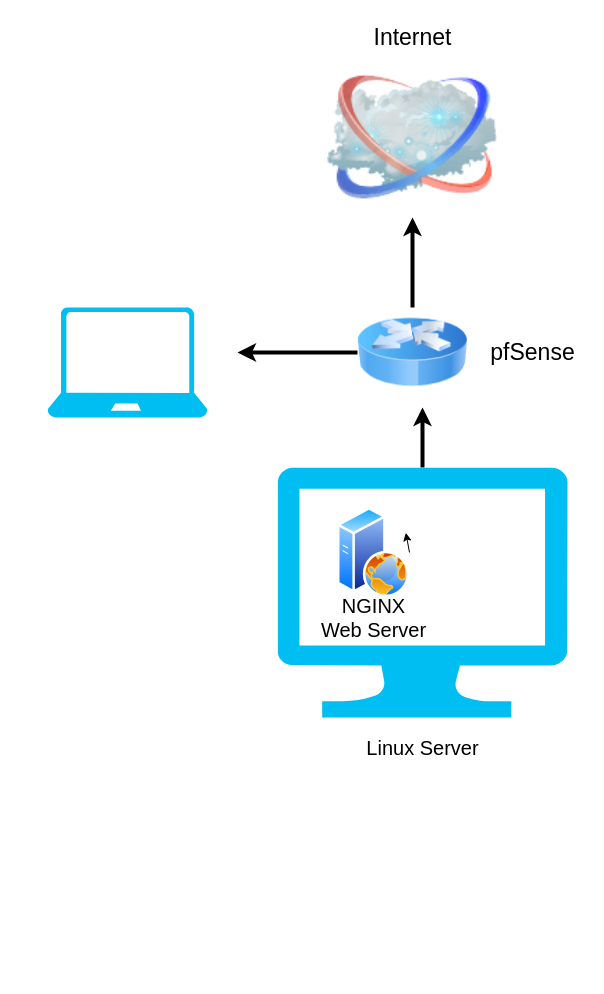
This is Lab7.drawio from jmcano50/Ops-301d14-Code_Challenges, a draw.io file, before an edit. Source tidied: cells renumbered, new cells numbered last; positions are measured from the earlier drawing's top-left corner, leaving out a move shared by most shapes. Both pictures are drawn from the tidied source at 100%, with x=0, y=0 at pixel (47, 17).
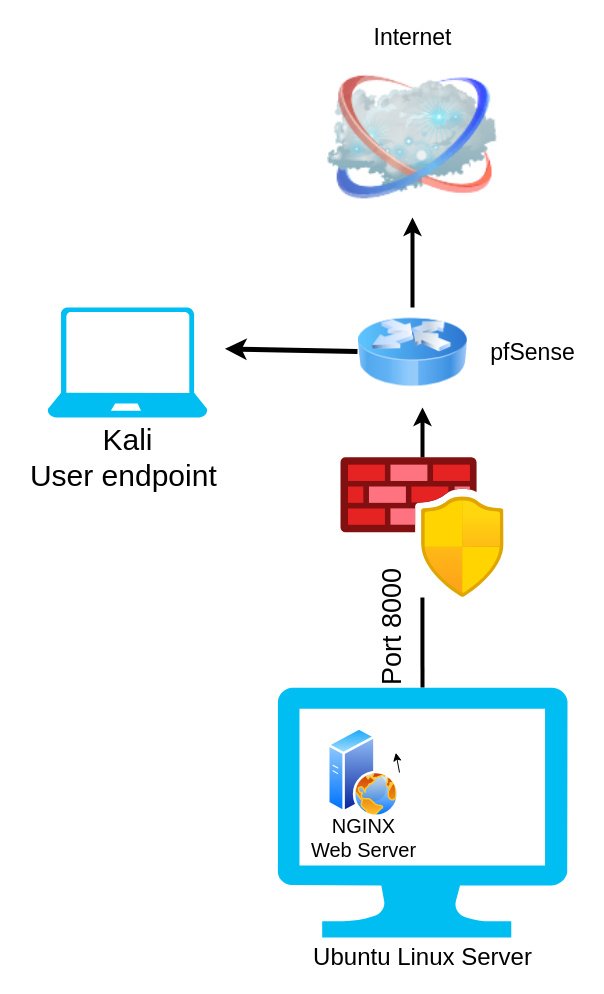
The same diagram, later.

Unchanged cells that the change refers to:
```xml
<mxCell id="7" style="image;html=1;image=img/lib/clip_art/networking/Router_Icon_128x128.png;" parent="1" vertex="1">
  <mxGeometry x="310" y="290" width="110" height="90" as="geometry" />
</mxCell>
<mxCell id="14" style="verticalLabelPosition=bottom;html=1;verticalAlign=top;align=center;strokeColor=none;fillColor=#00BEF2;shape=mxgraph.azure.laptop;fontSize=23;" parent="1" vertex="1">
  <mxGeometry y="290" width="160" height="110" as="geometry" />
</mxCell>
```

The edit, as a diff of the source:
```diff
@@
     <mxCell id="2" style="perimeter=ellipsePerimeter;html=1;align=center;shadow=0;dashed=0;spacingTop=3;image;image=img/lib/active_directory/web_server.svg;" parent="1" vertex="1">
-      <mxGeometry x="290" y="490" width="72" height="90" as="geometry" />
+      <mxGeometry x="280" y="710" width="72" height="90" as="geometry" />
     </mxCell>
-    <mxCell id="3" style="edgeStyle=none;html=1;fontSize=23;strokeWidth=4;" parent="1" edge="1" source="4">
+    <mxCell id="3" style="edgeStyle=none;html=1;fontSize=23;strokeWidth=4;startArrow=none;" parent="1" edge="1" source="17">
       <mxGeometry relative="1" as="geometry">
         <mxPoint x="375" y="390" as="targetPoint" />
       </mxGeometry>
     </mxCell>
     <mxCell id="4" style="verticalLabelPosition=bottom;html=1;verticalAlign=top;align=center;strokeColor=none;fillColor=#00BEF2;shape=mxgraph.azure.computer;" parent="1" vertex="1">
-      <mxGeometry x="230" y="450" width="290" height="250" as="geometry" />
+      <mxGeometry x="230" y="670" width="290" height="250" as="geometry" />
     </mxCell>
@@
-    <mxCell id="6" style="edgeStyle=none;html=1;strokeWidth=4;fontSize=23;" parent="1" edge="1" source="7">
-      <mxGeometry relative="1" as="geometry">
-        <mxPoint x="190" y="335" as="targetPoint" />
-      </mxGeometry>
-    </mxCell>
+    <mxCell id="15" style="edgeStyle=none;html=1;entryX=1.109;entryY=0.376;entryDx=0;entryDy=0;entryPerimeter=0;fontSize=27;strokeWidth=5;" parent="1" edge="1" source="7" target="14">
+      <mxGeometry relative="1" as="geometry" />
+    </mxCell>
@@
-    <mxCell id="10" value="&lt;font style=&quot;font-size: 20px;&quot;&gt;Linux Server&lt;/font&gt;" style="text;html=1;align=center;verticalAlign=middle;strokeColor=none;fillColor=none;" parent="1" vertex="1">
-      <mxGeometry x="305" y="710" width="140" height="40" as="geometry" />
+    <mxCell id="10" value="&lt;font style=&quot;font-size: 24px;&quot;&gt;Ubuntu Linux Server&lt;/font&gt;" style="text;html=1;align=center;verticalAlign=middle;strokeColor=none;fillColor=none;" parent="1" vertex="1">
+      <mxGeometry x="255" y="920" width="240" height="40" as="geometry" />
     </mxCell>
     <mxCell id="11" value="NGINX&lt;br&gt;Web Server" style="text;html=1;align=center;verticalAlign=middle;strokeColor=none;fillColor=none;fontSize=20;" parent="1" vertex="1">
-      <mxGeometry x="261" y="570" width="130" height="60" as="geometry" />
+      <mxGeometry x="251" y="790" width="130" height="60" as="geometry" />
     </mxCell>
@@
+    <mxCell id="16" style="edgeStyle=none;html=1;fontSize=23;strokeWidth=4;endArrow=none;" parent="1" edge="1" source="4" target="17">
+      <mxGeometry relative="1" as="geometry" />
+    </mxCell>
+    <mxCell id="17" style="html=1;points=[];align=center;image;fontSize=12;image=img/lib/azure2/networking/Azure_Firewall_Manager.svg;" parent="1" vertex="1">
+      <mxGeometry x="293.3" y="440" width="163.3" height="140" as="geometry" />
+    </mxCell>
+    <mxCell id="18" value="&lt;font style=&quot;font-size: 27px;&quot;&gt;Port 8000&lt;/font&gt;" style="text;html=1;align=center;verticalAlign=middle;strokeColor=none;fillColor=none;rotation=270;" parent="1" vertex="1">
+      <mxGeometry x="275" y="585" width="140" height="50" as="geometry" />
+    </mxCell>
+    <mxCell id="19" value="&lt;font style=&quot;font-size: 30px;&quot;&gt;Kali&lt;br&gt;User endpoint&amp;nbsp;&lt;/font&gt;" style="text;html=1;align=center;verticalAlign=middle;strokeColor=none;fillColor=none;fontSize=24;" parent="1" vertex="1">
+      <mxGeometry x="-30" y="395" width="220" height="90" as="geometry" />
+    </mxCell>
```
